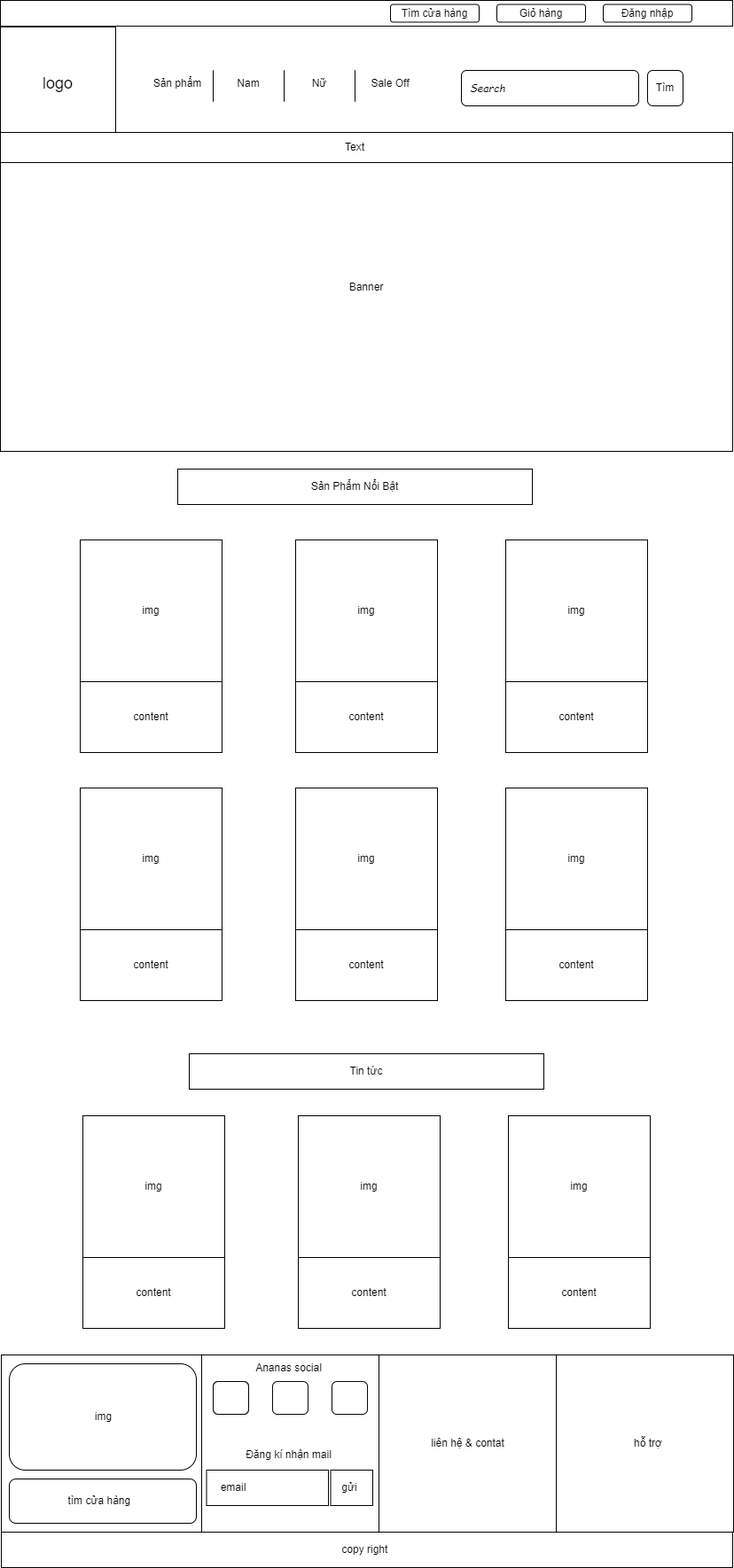
Before: assignment/img/index(desktop).png, a diagram exported from draw.io (z3dat/web106_ph36652). Source tidied: cells renumbered, new cells last; positions are measured from the earlier drawing's top-left corner, leaving out a move shared by most shapes.
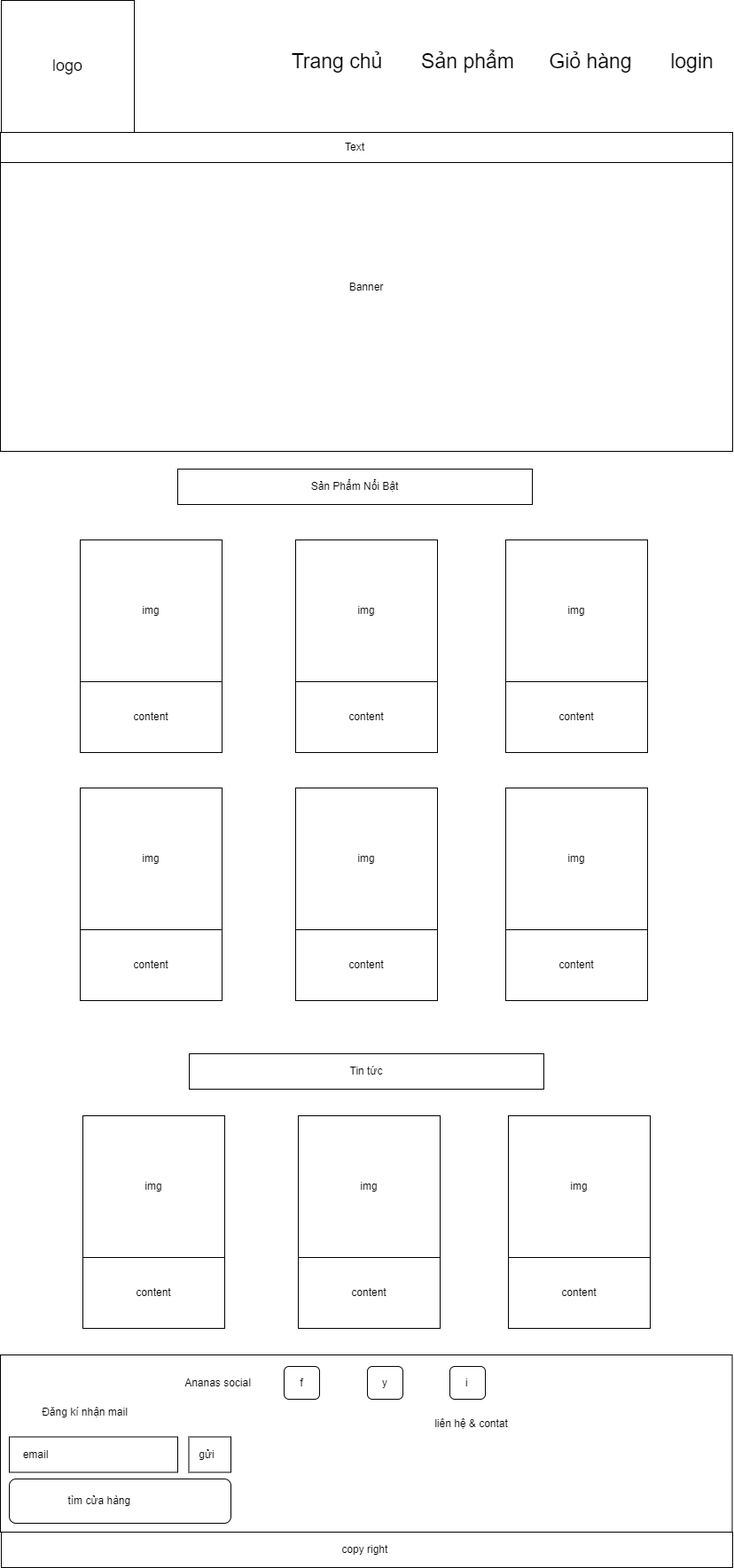
Above is the later version.

The edit, as a diff of the source:
```diff
@@ -2,87 +2,15 @@
   <root>
     <mxCell id="0" />
     <mxCell id="1" parent="0" />
-    <mxCell id="2" style="rounded=0;whiteSpace=wrap;html=1;" parent="1" vertex="1">
-      <mxGeometry width="826" height="29" as="geometry" />
-    </mxCell>
-    <mxCell id="3" style="rounded=1;whiteSpace=wrap;html=1;" parent="1" vertex="1">
-      <mxGeometry x="680" y="4.5" width="100" height="20" as="geometry" />
-    </mxCell>
-    <mxCell id="4" style="rounded=1;whiteSpace=wrap;html=1;" parent="1" vertex="1">
-      <mxGeometry x="560" y="4.5" width="100" height="20" as="geometry" />
-    </mxCell>
-    <mxCell id="5" style="rounded=1;whiteSpace=wrap;html=1;" parent="1" vertex="1">
-      <mxGeometry x="440" y="4.5" width="100" height="20" as="geometry" />
-    </mxCell>
-    <mxCell id="6" style="edgeStyle=orthogonalEdgeStyle;rounded=0;orthogonalLoop=1;jettySize=auto;html=1;exitX=0.5;exitY=1;exitDx=0;exitDy=0;" parent="1" edge="1" source="3" target="3">
-      <mxGeometry relative="1" as="geometry" />
-    </mxCell>
-    <mxCell id="7" value="Tìm cửa hàng" style="text;html=1;strokeColor=none;fillColor=none;align=center;verticalAlign=middle;whiteSpace=wrap;rounded=0;" parent="1" vertex="1">
-      <mxGeometry x="450" width="80" height="30" as="geometry" />
-    </mxCell>
-    <mxCell id="8" value="Giỏ hàng" style="text;html=1;strokeColor=none;fillColor=none;align=center;verticalAlign=middle;whiteSpace=wrap;rounded=0;" parent="1" vertex="1">
-      <mxGeometry x="570" width="80" height="30" as="geometry" />
-    </mxCell>
-    <mxCell id="9" value="Đăng nhập" style="text;html=1;strokeColor=none;fillColor=none;align=center;verticalAlign=middle;whiteSpace=wrap;rounded=0;" parent="1" vertex="1">
-      <mxGeometry x="690" width="80" height="30" as="geometry" />
-    </mxCell>
     <mxCell id="10" style="rounded=0;whiteSpace=wrap;html=1;" parent="1" vertex="1">
-      <mxGeometry y="30" width="130" height="119" as="geometry" />
+      <mxGeometry x="1" width="150" height="149" as="geometry" />
     </mxCell>
-    <mxCell id="11" style="rounded=1;whiteSpace=wrap;html=1;" parent="1" vertex="1">
-      <mxGeometry x="520" y="79" width="200" height="40" as="geometry" />
-    </mxCell>
-    <mxCell id="12" style="rounded=1;whiteSpace=wrap;html=1;" parent="1" vertex="1">
-      <mxGeometry x="730" y="79" width="40" height="40" as="geometry" />
-    </mxCell>
-    <mxCell id="13" value="Sản phẩm" style="text;html=1;strokeColor=none;fillColor=none;align=center;verticalAlign=middle;whiteSpace=wrap;rounded=0;" parent="1" vertex="1">
-      <mxGeometry x="160" y="79" width="80" height="30" as="geometry" />
-    </mxCell>
-    <mxCell id="14" value="Nam" style="text;html=1;strokeColor=none;fillColor=none;align=center;verticalAlign=middle;whiteSpace=wrap;rounded=0;" parent="1" vertex="1">
-      <mxGeometry x="240" y="79" width="80" height="30" as="geometry" />
-    </mxCell>
-    <mxCell id="15" value="Nữ" style="text;html=1;strokeColor=none;fillColor=none;align=center;verticalAlign=middle;whiteSpace=wrap;rounded=0;" parent="1" vertex="1">
-      <mxGeometry x="320" y="79" width="80" height="30" as="geometry" />
-    </mxCell>
-    <mxCell id="16" value="Sale Off" style="text;html=1;strokeColor=none;fillColor=none;align=center;verticalAlign=middle;whiteSpace=wrap;rounded=0;" parent="1" vertex="1">
-      <mxGeometry x="400" y="79" width="80" height="30" as="geometry" />
+    <mxCell id="16" value="login" style="text;html=1;strokeColor=none;fillColor=none;align=center;verticalAlign=middle;whiteSpace=wrap;rounded=0;fontSize=23;" parent="1" vertex="1">
+      <mxGeometry x="734" y="49.2" width="93" height="40" as="geometry" />
     </mxCell>
-    <mxCell id="17" style="endArrow=none;html=1;rounded=0;" parent="1" edge="1">
-      <mxGeometry relative="1" as="geometry">
-        <mxPoint x="240" y="114" as="sourcePoint" />
-        <mxPoint x="240" y="114" as="targetPoint" />
-        <Array as="points">
-          <mxPoint x="240" y="79" />
-        </Array>
-      </mxGeometry>
-    </mxCell>
-    <mxCell id="18" style="endArrow=none;html=1;rounded=0;" parent="1" edge="1">
-      <mxGeometry relative="1" as="geometry">
-        <mxPoint x="320" y="114" as="sourcePoint" />
-        <mxPoint x="320" y="114" as="targetPoint" />
-        <Array as="points">
-          <mxPoint x="320" y="79" />
-        </Array>
-      </mxGeometry>
-    </mxCell>
-    <mxCell id="19" style="endArrow=none;html=1;rounded=0;" parent="1" edge="1">
-      <mxGeometry relative="1" as="geometry">
-        <mxPoint x="400" y="114" as="sourcePoint" />
-        <mxPoint x="400" y="114" as="targetPoint" />
-        <Array as="points">
-          <mxPoint x="400" y="79" />
-        </Array>
-      </mxGeometry>
-    </mxCell>
     <mxCell id="20" value="&lt;font style=&quot;font-size: 18px;&quot;&gt;logo&lt;/font&gt;" style="text;html=1;strokeColor=none;fillColor=none;align=center;verticalAlign=middle;whiteSpace=wrap;rounded=0;" parent="1" vertex="1">
-      <mxGeometry x="35" y="79" width="60" height="30" as="geometry" />
+      <mxGeometry x="45.5" y="59.2" width="60" height="30" as="geometry" />
     </mxCell>
-    <mxCell id="21" value="Tìm" style="text;html=1;strokeColor=none;fillColor=none;align=center;verticalAlign=middle;whiteSpace=wrap;rounded=0;" parent="1" vertex="1">
-      <mxGeometry x="720" y="84" width="60" height="30" as="geometry" />
-    </mxCell>
-    <mxCell id="22" value="Search" style="text;html=1;strokeColor=none;fillColor=none;align=center;verticalAlign=middle;whiteSpace=wrap;rounded=0;fontStyle=2;fontFamily=Comic Sans MS;" parent="1" vertex="1">
-      <mxGeometry x="520" y="84" width="60" height="30" as="geometry" />
-    </mxCell>
     <mxCell id="23" style="rounded=0;whiteSpace=wrap;html=1;" parent="1" vertex="1">
       <mxGeometry y="149" width="826" height="34" as="geometry" />
     </mxCell>
@@ -216,38 +144,20 @@
       <mxGeometry x="623" y="1444" width="60" height="30" as="geometry" />
     </mxCell>
     <mxCell id="67" style="rounded=0;whiteSpace=wrap;html=1;" parent="1" vertex="1">
-      <mxGeometry x="1" y="1529" width="230" height="200" as="geometry" />
+      <mxGeometry y="1529" width="825.5" height="200" as="geometry" />
     </mxCell>
-    <mxCell id="68" style="rounded=0;whiteSpace=wrap;html=1;" parent="1" vertex="1">
-      <mxGeometry x="227" y="1529" width="200" height="200" as="geometry" />
-    </mxCell>
-    <mxCell id="69" style="rounded=0;whiteSpace=wrap;html=1;" parent="1" vertex="1">
-      <mxGeometry x="627" y="1529" width="200" height="200" as="geometry" />
-    </mxCell>
-    <mxCell id="70" style="rounded=0;whiteSpace=wrap;html=1;" parent="1" vertex="1">
-      <mxGeometry x="427" y="1529" width="200" height="200" as="geometry" />
-    </mxCell>
-    <mxCell id="71" style="rounded=1;whiteSpace=wrap;html=1;" parent="1" vertex="1">
-      <mxGeometry x="10" y="1539" width="211" height="120" as="geometry" />
-    </mxCell>
-    <mxCell id="72" value="img" style="text;html=1;strokeColor=none;fillColor=none;align=center;verticalAlign=middle;whiteSpace=wrap;rounded=0;" parent="1" vertex="1">
-      <mxGeometry x="68.5" y="1571.5" width="95" height="55" as="geometry" />
-    </mxCell>
     <mxCell id="73" style="rounded=1;whiteSpace=wrap;html=1;" parent="1" vertex="1">
-      <mxGeometry x="10" y="1669" width="211" height="50" as="geometry" />
+      <mxGeometry x="10" y="1669" width="250" height="50" as="geometry" />
     </mxCell>
     <mxCell id="74" value="tìm cửa hàng&amp;nbsp;" style="text;html=1;strokeColor=none;fillColor=none;align=center;verticalAlign=middle;whiteSpace=wrap;rounded=0;" parent="1" vertex="1">
       <mxGeometry x="67" y="1679" width="93" height="30" as="geometry" />
     </mxCell>
     <mxCell id="75" value="Ananas social" style="text;html=1;strokeColor=none;fillColor=none;align=center;verticalAlign=middle;whiteSpace=wrap;rounded=0;" parent="1" vertex="1">
-      <mxGeometry x="231" y="1529" width="189" height="30" as="geometry" />
+      <mxGeometry x="151" y="1545.5" width="189" height="30" as="geometry" />
     </mxCell>
     <mxCell id="76" value="liên hệ &amp;amp; contat" style="text;html=1;strokeColor=none;fillColor=none;align=center;verticalAlign=middle;whiteSpace=wrap;rounded=0;" parent="1" vertex="1">
-      <mxGeometry x="483.5" y="1614" width="87" height="30" as="geometry" />
+      <mxGeometry x="488" y="1591.5" width="87" height="30" as="geometry" />
     </mxCell>
-    <mxCell id="77" value="hỗ trợ" style="text;html=1;strokeColor=none;fillColor=none;align=center;verticalAlign=middle;whiteSpace=wrap;rounded=0;" parent="1" vertex="1">
-      <mxGeometry x="701" y="1614" width="60" height="30" as="geometry" />
-    </mxCell>
     <mxCell id="78" style="rounded=0;whiteSpace=wrap;html=1;" parent="1" vertex="1">
       <mxGeometry x="1" y="1729" width="825" height="40" as="geometry" />
     </mxCell>
@@ -255,28 +165,46 @@
       <mxGeometry x="383" y="1734" width="60" height="30" as="geometry" />
     </mxCell>
     <mxCell id="80" style="rounded=1;whiteSpace=wrap;html=1;" parent="1" vertex="1">
-      <mxGeometry x="240" y="1559" width="40" height="37" as="geometry" />
+      <mxGeometry x="320" y="1542" width="40" height="37" as="geometry" />
     </mxCell>
     <mxCell id="81" style="rounded=1;whiteSpace=wrap;html=1;" parent="1" vertex="1">
-      <mxGeometry x="307" y="1559" width="40" height="37" as="geometry" />
+      <mxGeometry x="414" y="1542" width="40" height="37" as="geometry" />
     </mxCell>
     <mxCell id="82" style="rounded=1;whiteSpace=wrap;html=1;" parent="1" vertex="1">
-      <mxGeometry x="374" y="1559" width="40" height="37" as="geometry" />
+      <mxGeometry x="507" y="1542" width="40" height="37" as="geometry" />
     </mxCell>
     <mxCell id="83" value="Đăng kí nhận mail" style="text;html=1;strokeColor=none;fillColor=none;align=center;verticalAlign=middle;whiteSpace=wrap;rounded=0;" parent="1" vertex="1">
-      <mxGeometry x="231" y="1626.5" width="189" height="30" as="geometry" />
+      <mxGeometry x="1" y="1579" width="189" height="30" as="geometry" />
     </mxCell>
     <mxCell id="84" style="rounded=0;whiteSpace=wrap;html=1;" parent="1" vertex="1">
-      <mxGeometry x="232.5" y="1659" width="137.5" height="40" as="geometry" />
+      <mxGeometry x="10" y="1621.5" width="190" height="40" as="geometry" />
     </mxCell>
     <mxCell id="85" style="rounded=0;whiteSpace=wrap;html=1;" parent="1" vertex="1">
-      <mxGeometry x="372.5" y="1659" width="47.5" height="40" as="geometry" />
+      <mxGeometry x="212.5" y="1621.5" width="47.5" height="40" as="geometry" />
     </mxCell>
     <mxCell id="86" value="email" style="text;html=1;strokeColor=none;fillColor=none;align=center;verticalAlign=middle;whiteSpace=wrap;rounded=0;" parent="1" vertex="1">
-      <mxGeometry x="232.5" y="1664" width="60" height="30" as="geometry" />
+      <mxGeometry x="10" y="1626.5" width="60" height="30" as="geometry" />
     </mxCell>
     <mxCell id="87" value="gửi" style="text;html=1;strokeColor=none;fillColor=none;align=center;verticalAlign=middle;whiteSpace=wrap;rounded=0;" parent="1" vertex="1">
-      <mxGeometry x="364" y="1664" width="60" height="30" as="geometry" />
+      <mxGeometry x="203" y="1626.5" width="60" height="30" as="geometry" />
     </mxCell>
+    <mxCell id="8" value="Giỏ hàng" style="text;html=1;strokeColor=none;fillColor=none;align=center;verticalAlign=middle;whiteSpace=wrap;rounded=0;fontSize=23;" parent="1" vertex="1">
+      <mxGeometry x="610.5" y="49.2" width="109.5" height="40" as="geometry" />
+    </mxCell>
+    <mxCell id="13" value="Sản phẩm" style="text;html=1;strokeColor=none;fillColor=none;align=center;verticalAlign=middle;whiteSpace=wrap;rounded=0;fontSize=23;" parent="1" vertex="1">
+      <mxGeometry x="470.5" y="49.2" width="113" height="40" as="geometry" />
+    </mxCell>
+    <mxCell id="88" value="Trang chủ" style="text;html=1;strokeColor=none;fillColor=none;align=center;verticalAlign=middle;whiteSpace=wrap;rounded=0;fontSize=23;" parent="1" vertex="1">
+      <mxGeometry x="320" y="49.2" width="120" height="40" as="geometry" />
+    </mxCell>
+    <mxCell id="89" value="f" style="text;html=1;strokeColor=none;fillColor=none;align=center;verticalAlign=middle;whiteSpace=wrap;rounded=0;" parent="1" vertex="1">
+      <mxGeometry x="310" y="1546" width="60" height="30" as="geometry" />
+    </mxCell>
+    <mxCell id="90" value="y" style="text;html=1;strokeColor=none;fillColor=none;align=center;verticalAlign=middle;whiteSpace=wrap;rounded=0;" parent="1" vertex="1">
+      <mxGeometry x="404" y="1546" width="60" height="30" as="geometry" />
+    </mxCell>
+    <mxCell id="91" value="i" style="text;html=1;strokeColor=none;fillColor=none;align=center;verticalAlign=middle;whiteSpace=wrap;rounded=0;" parent="1" vertex="1">
+      <mxGeometry x="496" y="1546" width="60" height="30" as="geometry" />
+    </mxCell>
   </root>
 </mxGraphModel>
```
